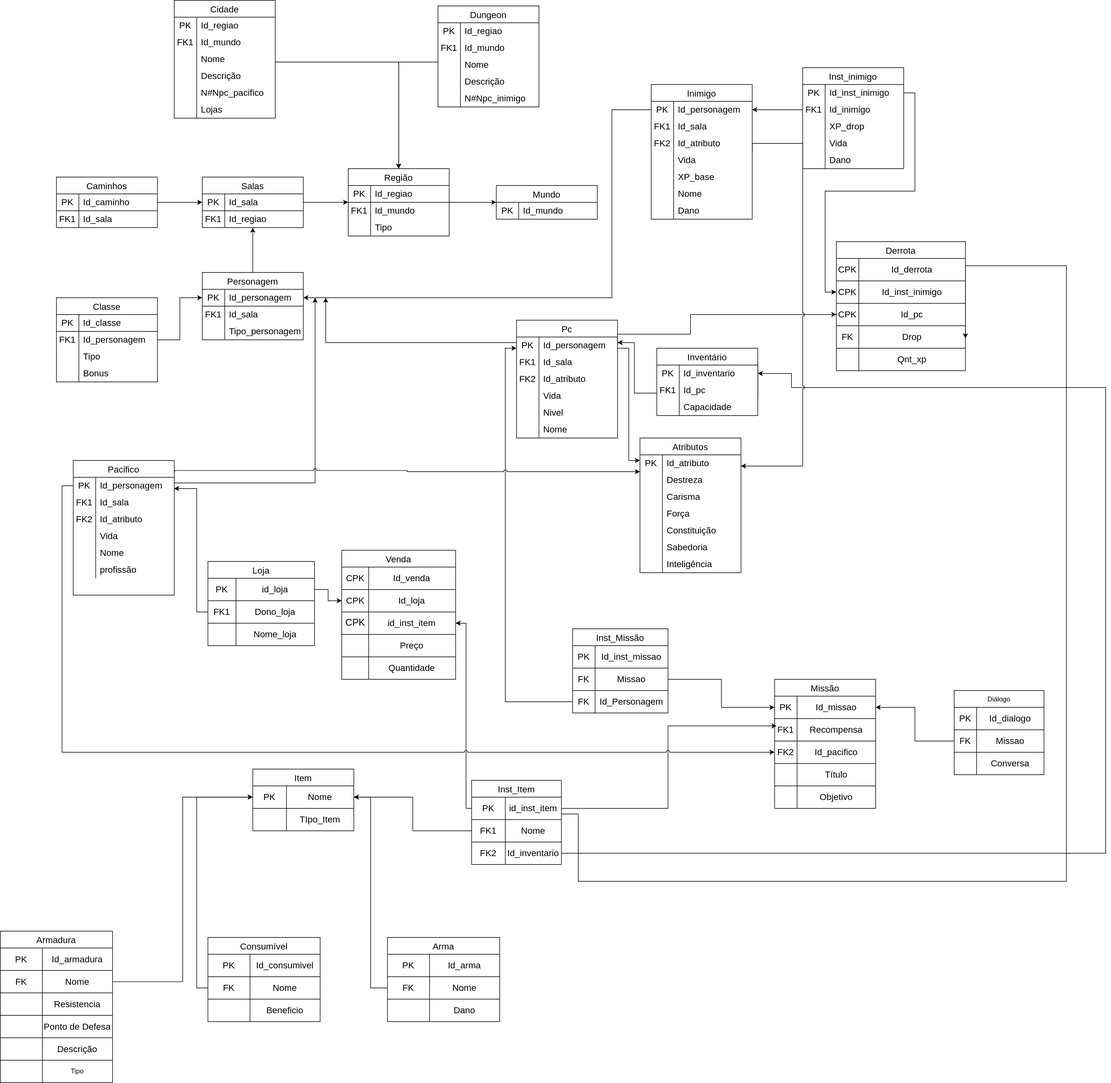
The draw.io diagram docs/modulo_01/MER.drawio.svg in SBD1/2024.2-D-D-classico, before a commit. Source tidied: cells renumbered, new cells last; positions are measured from the earlier drawing's top-left corner, leaving out a move shared by most shapes.
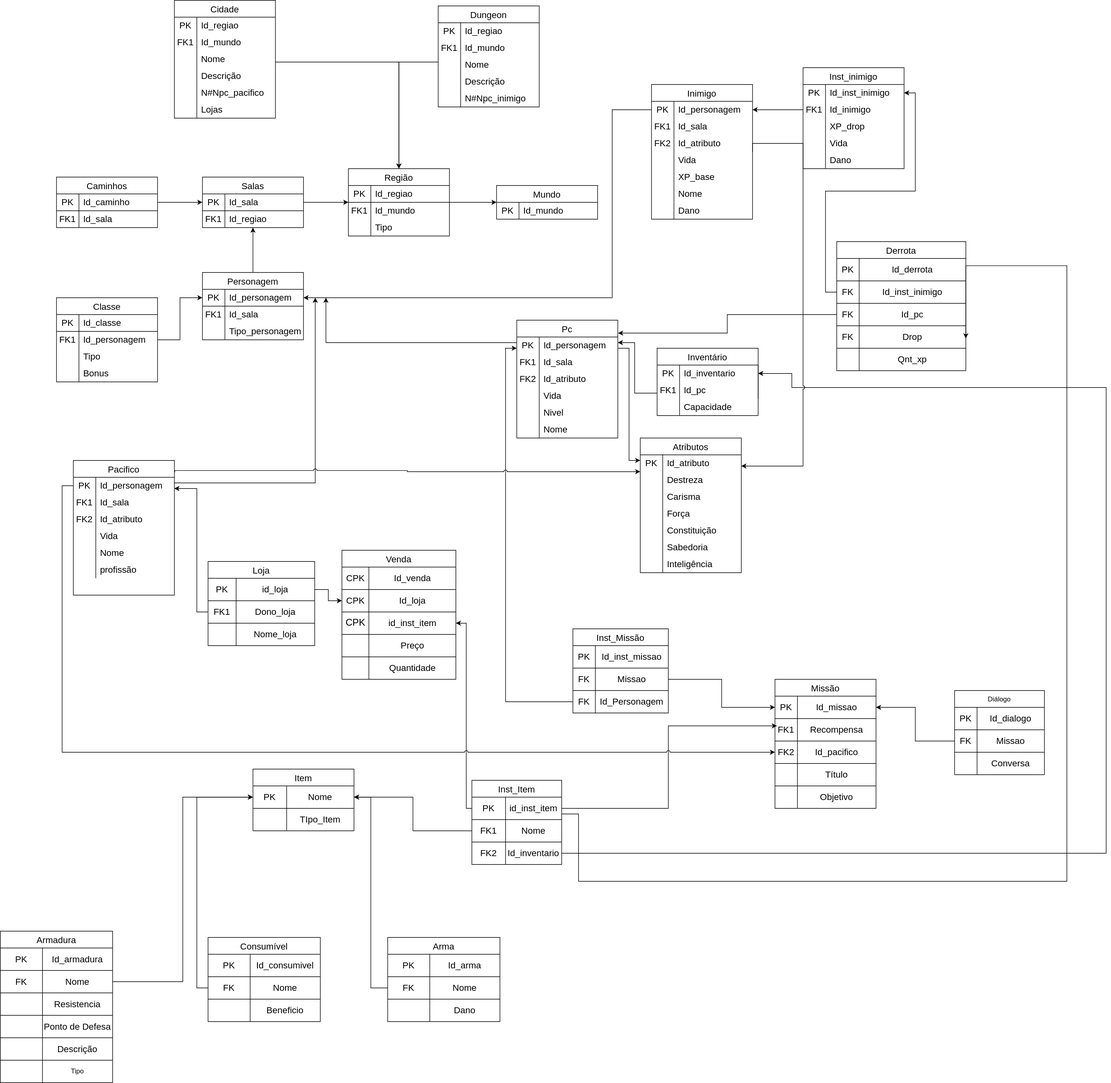
The same file after the commit.

Diff of the diagram source:
```diff
@@ -411,7 +411,7 @@
     <mxCell id="131" style="shape=tableRow;horizontal=0;startSize=0;swimlaneHead=0;swimlaneBody=0;strokeColor=inherit;top=0;left=0;bottom=0;right=0;fillColor=none;" parent="130" vertex="1">
       <mxGeometry y="30" width="230" height="40" as="geometry" />
     </mxCell>
-    <mxCell id="132" value="&lt;font style=&quot;font-size: 16px;&quot;&gt;CPK&lt;/font&gt;" style="shape=partialRectangle;html=1;whiteSpace=wrap;strokeColor=inherit;overflow=hidden;fillColor=none;top=0;left=0;bottom=0;right=0;" parent="131" vertex="1">
+    <mxCell id="132" value="&lt;font style=&quot;font-size: 16px;&quot;&gt;PK&lt;/font&gt;" style="shape=partialRectangle;html=1;whiteSpace=wrap;strokeColor=inherit;overflow=hidden;fillColor=none;top=0;left=0;bottom=0;right=0;" parent="131" vertex="1">
       <mxGeometry width="40" height="40" as="geometry" />
     </mxCell>
     <mxCell id="133" value="&lt;font style=&quot;font-size: 16px;&quot;&gt;Id_derrota&lt;br&gt;&lt;/font&gt;" style="shape=partialRectangle;html=1;whiteSpace=wrap;strokeColor=inherit;overflow=hidden;fillColor=none;top=0;left=0;bottom=0;right=0;" parent="131" vertex="1">
@@ -420,7 +420,7 @@
     <mxCell id="134" style="shape=tableRow;horizontal=0;startSize=0;swimlaneHead=0;swimlaneBody=0;strokeColor=inherit;top=0;left=0;bottom=0;right=0;fillColor=none;points=[[0,0.5],[1,0.5]];portConstraint=eastwest;" parent="130" vertex="1">
       <mxGeometry y="70" width="230" height="40" as="geometry" />
     </mxCell>
-    <mxCell id="135" value="&lt;font style=&quot;font-size: 16px;&quot;&gt;CPK&lt;/font&gt;" style="shape=partialRectangle;html=1;whiteSpace=wrap;strokeColor=inherit;overflow=hidden;fillColor=none;top=0;left=0;bottom=0;right=0;" parent="134" vertex="1">
+    <mxCell id="135" value="&lt;span style=&quot;font-size: 16px;&quot;&gt;FK&lt;/span&gt;" style="shape=partialRectangle;html=1;whiteSpace=wrap;strokeColor=inherit;overflow=hidden;fillColor=none;top=0;left=0;bottom=0;right=0;" parent="134" vertex="1">
       <mxGeometry width="40" height="40" as="geometry" />
     </mxCell>
     <mxCell id="136" value="&lt;font style=&quot;font-size: 16px;&quot;&gt;Id_inst_inimigo&lt;br&gt;&lt;/font&gt;" style="shape=partialRectangle;html=1;whiteSpace=wrap;strokeColor=inherit;overflow=hidden;fillColor=none;top=0;left=0;bottom=0;right=0;" parent="134" vertex="1">
@@ -429,7 +429,7 @@
     <mxCell id="137" style="shape=tableRow;horizontal=0;startSize=0;swimlaneHead=0;swimlaneBody=0;strokeColor=inherit;top=0;left=0;bottom=0;right=0;fillColor=none;points=[[0,0.5],[1,0.5]];portConstraint=eastwest;" parent="130" vertex="1">
       <mxGeometry y="110" width="230" height="40" as="geometry" />
     </mxCell>
-    <mxCell id="138" value="&lt;font style=&quot;font-size: 16px;&quot;&gt;CPK&lt;/font&gt;" style="shape=partialRectangle;html=1;whiteSpace=wrap;strokeColor=inherit;overflow=hidden;fillColor=none;top=0;left=0;bottom=0;right=0;" parent="137" vertex="1">
+    <mxCell id="138" value="&lt;span style=&quot;font-size: 16px;&quot;&gt;FK&lt;/span&gt;" style="shape=partialRectangle;html=1;whiteSpace=wrap;strokeColor=inherit;overflow=hidden;fillColor=none;top=0;left=0;bottom=0;right=0;" parent="137" vertex="1">
       <mxGeometry width="40" height="40" as="geometry" />
     </mxCell>
     <mxCell id="139" value="&lt;font style=&quot;font-size: 16px;&quot;&gt;Id_pc&lt;br&gt;&lt;/font&gt;" style="shape=partialRectangle;html=1;whiteSpace=wrap;strokeColor=inherit;overflow=hidden;fillColor=none;top=0;left=0;bottom=0;right=0;" parent="137" vertex="1">
@@ -453,18 +453,6 @@
     <mxCell id="145" value="&lt;font style=&quot;font-size: 16px;&quot;&gt;Qnt_xp&lt;br&gt;&lt;/font&gt;" style="shape=partialRectangle;html=1;whiteSpace=wrap;strokeColor=inherit;overflow=hidden;fillColor=none;top=0;left=0;bottom=0;right=0;" parent="143" vertex="1">
       <mxGeometry x="40" width="190" height="40" as="geometry" />
     </mxCell>
-    <mxCell id="146" style="edgeStyle=orthogonalEdgeStyle;rounded=0;jettySize=auto;html=1;exitX=1;exitY=0.5;exitDx=0;exitDy=0;entryX=0;entryY=0.5;entryDx=0;entryDy=0;" parent="1" edge="1" source="200" target="137">
-      <mxGeometry relative="1" as="geometry">
-        <Array as="points">
-          <mxPoint x="1100" y="595" />
-          <mxPoint x="1230" y="595" />
-          <mxPoint x="1230" y="560" />
-        </Array>
-      </mxGeometry>
-    </mxCell>
-    <mxCell id="147" style="edgeStyle=orthogonalEdgeStyle;rounded=0;jettySize=auto;html=1;exitX=1;exitY=0.5;exitDx=0;exitDy=0;" parent="1" edge="1" source="63" target="134">
-      <mxGeometry relative="1" as="geometry" />
-    </mxCell>
     <mxCell id="148" style="edgeStyle=orthogonalEdgeStyle;rounded=0;jettySize=auto;html=1;entryX=1;entryY=0.75;entryDx=0;entryDy=0;jumpStyle=arc;" parent="1" edge="1" source="105" target="130">
       <mxGeometry relative="1" as="geometry">
         <Array as="points">
@@ -1188,5 +1176,11 @@
         </Array>
       </mxGeometry>
     </mxCell>
+    <mxCell id="367" style="edgeStyle=orthogonalEdgeStyle;rounded=0;jettySize=auto;html=1;entryX=1;entryY=0.5;entryDx=0;entryDy=0;" parent="1" edge="1" source="134" target="63">
+      <mxGeometry relative="1" as="geometry" />
+    </mxCell>
+    <mxCell id="368" style="edgeStyle=orthogonalEdgeStyle;rounded=0;jettySize=auto;html=1;entryX=1.002;entryY=0.11;entryDx=0;entryDy=0;entryPerimeter=0;" parent="1" edge="1" source="137" target="199">
+      <mxGeometry relative="1" as="geometry" />
+    </mxCell>
   </root>
 </mxGraphModel>
```
